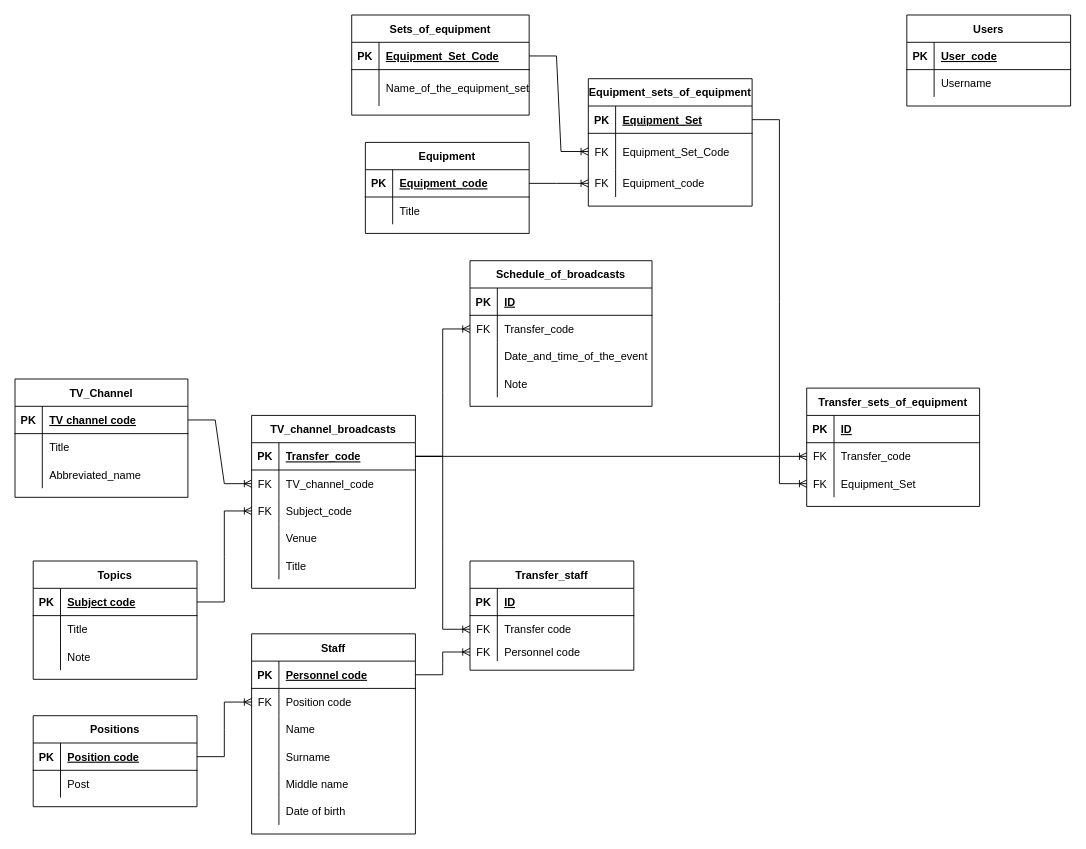
JustKingYT1/TNT keeps this draw.io diagram as Data Base TV Channel.drawio. Above is the earlier version. Source tidied: cells renumbered, new cells numbered last; positions are measured from the earlier drawing's top-left corner, leaving out a move shared by most shapes. Both pictures are drawn from the tidied source at 91%, with x=0, y=0 at pixel (15, 15).
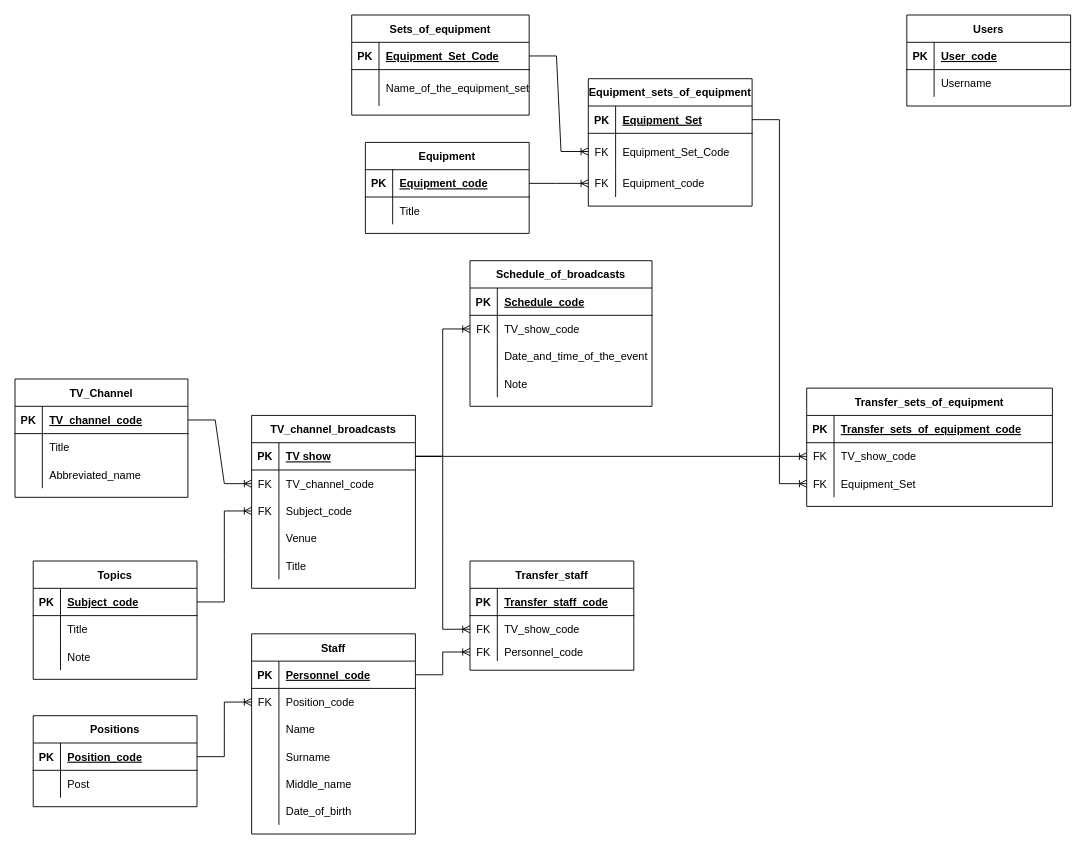
Above is the later version.

Unchanged cells that the change refers to:
```xml
<mxCell id="3" style="shape=tableRow;horizontal=0;startSize=0;swimlaneHead=0;swimlaneBody=0;fillColor=none;points=[[0,0.5],[1,0.5]];portConstraint=eastwest;top=0;left=0;right=0;bottom=1;" parent="2" vertex="1">
  <mxGeometry y="30" width="190" height="30" as="geometry" />
</mxCell>
<mxCell id="13" style="shape=tableRow;horizontal=0;startSize=0;swimlaneHead=0;swimlaneBody=0;fillColor=none;points=[[0,0.5],[1,0.5]];portConstraint=eastwest;top=0;left=0;right=0;bottom=1;" parent="12" vertex="1">
  <mxGeometry y="30" width="180" height="30" as="geometry" />
</mxCell>
<mxCell id="57" style="shape=tableRow;horizontal=0;startSize=0;swimlaneHead=0;swimlaneBody=0;fillColor=none;points=[[0,0.5],[1,0.5]];portConstraint=eastwest;top=0;left=0;right=0;bottom=1;" parent="56" vertex="1">
  <mxGeometry y="30" width="180" height="30" as="geometry" />
</mxCell>
<mxCell id="73" style="shape=tableRow;horizontal=0;startSize=0;swimlaneHead=0;swimlaneBody=0;fillColor=none;top=0;left=0;right=0;bottom=1;" parent="72" vertex="1">
  <mxGeometry y="30" width="180" height="30" as="geometry" />
</mxCell>
<mxCell id="76" style="shape=tableRow;horizontal=0;startSize=0;swimlaneHead=0;swimlaneBody=0;fillColor=none;points=[[0,0.5],[1,0.5]];portConstraint=eastwest;top=0;left=0;right=0;bottom=0;" parent="72" vertex="1">
  <mxGeometry y="60" width="180" height="30" as="geometry" />
</mxCell>
<mxCell id="79" style="shape=tableRow;horizontal=0;startSize=0;swimlaneHead=0;swimlaneBody=0;fillColor=none;points=[[0,0.5],[1,0.5]];portConstraint=eastwest;top=0;left=0;right=0;bottom=0;" parent="72" vertex="1">
  <mxGeometry y="90" width="180" height="20" as="geometry" />
</mxCell>
<mxCell id="83" style="shape=tableRow;horizontal=0;startSize=0;swimlaneHead=0;swimlaneBody=0;fillColor=none;top=0;left=0;right=0;bottom=1;" parent="82" vertex="1">
  <mxGeometry y="30" width="200" height="30" as="geometry" />
</mxCell>
<mxCell id="86" style="shape=tableRow;horizontal=0;startSize=0;swimlaneHead=0;swimlaneBody=0;fillColor=none;points=[[0,0.5],[1,0.5]];portConstraint=eastwest;top=0;left=0;right=0;bottom=0;" parent="82" vertex="1">
  <mxGeometry y="60" width="200" height="30" as="geometry" />
</mxCell>
<mxCell id="96" style="shape=tableRow;horizontal=0;startSize=0;swimlaneHead=0;swimlaneBody=0;fillColor=none;points=[[0,0.5],[1,0.5]];portConstraint=eastwest;top=0;left=0;right=0;bottom=1;" parent="95" vertex="1">
  <mxGeometry y="30" width="180" height="30" as="geometry" />
</mxCell>
<mxCell id="99" style="shape=tableRow;horizontal=0;startSize=0;swimlaneHead=0;swimlaneBody=0;fillColor=none;points=[[0,0.5],[1,0.5]];portConstraint=eastwest;top=0;left=0;right=0;bottom=0;" parent="95" vertex="1">
  <mxGeometry y="60" width="180" height="30" as="geometry" />
</mxCell>
<mxCell id="108" style="shape=tableRow;horizontal=0;startSize=0;swimlaneHead=0;swimlaneBody=0;fillColor=none;top=0;left=0;right=0;bottom=0;" parent="95" vertex="1">
  <mxGeometry y="150" width="180" height="30" as="geometry" />
</mxCell>
<mxCell id="111" style="shape=tableRow;horizontal=0;startSize=0;swimlaneHead=0;swimlaneBody=0;fillColor=none;top=0;left=0;right=0;bottom=0;" parent="95" vertex="1">
  <mxGeometry y="180" width="180" height="30" as="geometry" />
</mxCell>
<mxCell id="115" style="shape=tableRow;horizontal=0;startSize=0;swimlaneHead=0;swimlaneBody=0;fillColor=none;points=[[0,0.5],[1,0.5]];portConstraint=eastwest;top=0;left=0;right=0;bottom=1;" parent="114" vertex="1">
  <mxGeometry y="30" width="180" height="30" as="geometry" />
</mxCell>
```

Diff of the diagram source:
```diff
@@
-    <mxCell id="5" value="TV channel code" style="shape=partialRectangle;fillColor=none;top=0;left=0;bottom=0;right=0;align=left;spacingLeft=6;fontStyle=5;overflow=hidden;" parent="3" vertex="1">
+    <mxCell id="5" value="TV_channel_code" style="shape=partialRectangle;fillColor=none;top=0;left=0;bottom=0;right=0;align=left;spacingLeft=6;fontStyle=5;overflow=hidden;" parent="3" vertex="1">
       <mxGeometry x="30" width="160" height="30" as="geometry" />
     </mxCell>
@@
-    <mxCell id="15" value="Subject code" style="shape=partialRectangle;fillColor=none;top=0;left=0;bottom=0;right=0;align=left;spacingLeft=6;fontStyle=5;overflow=hidden;" parent="13" vertex="1">
+    <mxCell id="15" value="Subject_code" style="shape=partialRectangle;fillColor=none;top=0;left=0;bottom=0;right=0;align=left;spacingLeft=6;fontStyle=5;overflow=hidden;" parent="13" vertex="1">
       <mxGeometry x="30" width="150" height="30" as="geometry" />
     </mxCell>
@@
     <mxCell id="29" value="Transfer_sets_of_equipment" style="shape=table;startSize=30;childLayout=tableLayout;rowLines=0;fontStyle=1;align=center;" parent="1" vertex="1">
-      <mxGeometry x="870" y="410" width="190" height="130" as="geometry" />
+      <mxGeometry x="870" y="410" width="270" height="130" as="geometry" />
     </mxCell>
     <mxCell id="30" style="shape=tableRow;horizontal=0;startSize=0;swimlaneHead=0;swimlaneBody=0;fillColor=none;top=0;left=0;right=0;bottom=1;" parent="29" vertex="1">
-      <mxGeometry y="30" width="190" height="30" as="geometry" />
+      <mxGeometry y="30" width="270" height="30" as="geometry" />
     </mxCell>
@@
-    <mxCell id="32" value="ID " style="shape=partialRectangle;fillColor=none;top=0;left=0;bottom=0;right=0;align=left;spacingLeft=6;fontStyle=5;overflow=hidden;" parent="30" vertex="1">
-      <mxGeometry x="30" width="160" height="30" as="geometry" />
+    <mxCell id="32" value="Transfer_sets_of_equipment_code" style="shape=partialRectangle;fillColor=none;top=0;left=0;bottom=0;right=0;align=left;spacingLeft=6;fontStyle=5;overflow=hidden;" parent="30" vertex="1">
+      <mxGeometry x="30" width="240" height="30" as="geometry" />
     </mxCell>
     <mxCell id="33" style="shape=tableRow;horizontal=0;startSize=0;swimlaneHead=0;swimlaneBody=0;fillColor=none;points=[[0,0.5],[1,0.5]];portConstraint=eastwest;top=0;left=0;right=0;bottom=0;" parent="29" vertex="1">
-      <mxGeometry y="60" width="190" height="30" as="geometry" />
+      <mxGeometry y="60" width="270" height="30" as="geometry" />
     </mxCell>
@@
-    <mxCell id="35" value="Transfer_code" style="shape=partialRectangle;fillColor=none;top=0;left=0;bottom=0;right=0;align=left;spacingLeft=6;fontStyle=0;overflow=hidden;" parent="33" vertex="1">
-      <mxGeometry x="30" width="160" height="30" as="geometry" />
+    <mxCell id="35" value="TV_show_code" style="shape=partialRectangle;fillColor=none;top=0;left=0;bottom=0;right=0;align=left;spacingLeft=6;fontStyle=0;overflow=hidden;" parent="33" vertex="1">
+      <mxGeometry x="30" width="240" height="30" as="geometry" />
     </mxCell>
     <mxCell id="36" style="shape=tableRow;horizontal=0;startSize=0;swimlaneHead=0;swimlaneBody=0;fillColor=none;points=[[0,0.5],[1,0.5]];portConstraint=eastwest;top=0;left=0;right=0;bottom=0;" parent="29" vertex="1">
-      <mxGeometry y="90" width="190" height="30" as="geometry" />
+      <mxGeometry y="90" width="270" height="30" as="geometry" />
     </mxCell>
@@
     <mxCell id="38" value="Equipment_Set" style="shape=partialRectangle;fillColor=none;top=0;left=0;bottom=0;right=0;align=left;spacingLeft=6;fontStyle=0;overflow=hidden;" parent="36" vertex="1">
-      <mxGeometry x="30" width="160" height="30" as="geometry" />
+      <mxGeometry x="30" width="240" height="30" as="geometry" />
     </mxCell>
@@
-    <mxCell id="59" value="Transfer_code" style="shape=partialRectangle;fillColor=none;top=0;left=0;bottom=0;right=0;align=left;spacingLeft=6;fontStyle=5;overflow=hidden;" parent="57" vertex="1">
+    <mxCell id="59" value="TV show" style="shape=partialRectangle;fillColor=none;top=0;left=0;bottom=0;right=0;align=left;spacingLeft=6;fontStyle=5;overflow=hidden;" parent="57" vertex="1">
       <mxGeometry x="30" width="150" height="30" as="geometry" />
     </mxCell>
@@
-    <mxCell id="75" value="ID" style="shape=partialRectangle;fillColor=none;top=0;left=0;bottom=0;right=0;align=left;spacingLeft=6;fontStyle=5;overflow=hidden;" parent="73" vertex="1">
+    <mxCell id="75" value="Transfer_staff_code" style="shape=partialRectangle;fillColor=none;top=0;left=0;bottom=0;right=0;align=left;spacingLeft=6;fontStyle=5;overflow=hidden;" parent="73" vertex="1">
       <mxGeometry x="30" width="150" height="30" as="geometry" />
     </mxCell>
@@
-    <mxCell id="78" value="Transfer code" style="shape=partialRectangle;fillColor=none;top=0;left=0;bottom=0;right=0;align=left;spacingLeft=6;fontStyle=0;overflow=hidden;" parent="76" vertex="1">
+    <mxCell id="78" value="TV_show_code" style="shape=partialRectangle;fillColor=none;top=0;left=0;bottom=0;right=0;align=left;spacingLeft=6;fontStyle=0;overflow=hidden;" parent="76" vertex="1">
       <mxGeometry x="30" width="150" height="30" as="geometry" />
     </mxCell>
@@
-    <mxCell id="81" value="Personnel code" style="shape=partialRectangle;fillColor=none;top=0;left=0;bottom=0;right=0;align=left;spacingLeft=6;fontStyle=0;overflow=hidden;" parent="79" vertex="1">
+    <mxCell id="81" value="Personnel_code" style="shape=partialRectangle;fillColor=none;top=0;left=0;bottom=0;right=0;align=left;spacingLeft=6;fontStyle=0;overflow=hidden;" parent="79" vertex="1">
       <mxGeometry x="30" width="150" height="20" as="geometry" />
     </mxCell>
@@
-    <mxCell id="85" value="ID" style="shape=partialRectangle;fillColor=none;top=0;left=0;bottom=0;right=0;align=left;spacingLeft=6;fontStyle=5;overflow=hidden;" parent="83" vertex="1">
+    <mxCell id="85" value="Schedule_code" style="shape=partialRectangle;fillColor=none;top=0;left=0;bottom=0;right=0;align=left;spacingLeft=6;fontStyle=5;overflow=hidden;" parent="83" vertex="1">
       <mxGeometry x="30" width="170" height="30" as="geometry" />
     </mxCell>
@@
-    <mxCell id="88" value="Transfer_code" style="shape=partialRectangle;fillColor=none;top=0;left=0;bottom=0;right=0;align=left;spacingLeft=6;fontStyle=0;overflow=hidden;" parent="86" vertex="1">
+    <mxCell id="88" value="TV_show_code" style="shape=partialRectangle;fillColor=none;top=0;left=0;bottom=0;right=0;align=left;spacingLeft=6;fontStyle=0;overflow=hidden;" parent="86" vertex="1">
       <mxGeometry x="30" width="170" height="30" as="geometry" />
     </mxCell>
@@
-    <mxCell id="98" value="Personnel code" style="shape=partialRectangle;fillColor=none;top=0;left=0;bottom=0;right=0;align=left;spacingLeft=6;fontStyle=5;overflow=hidden;" parent="96" vertex="1">
+    <mxCell id="98" value="Personnel_code" style="shape=partialRectangle;fillColor=none;top=0;left=0;bottom=0;right=0;align=left;spacingLeft=6;fontStyle=5;overflow=hidden;" parent="96" vertex="1">
       <mxGeometry x="30" width="150" height="30" as="geometry" />
     </mxCell>
@@
-    <mxCell id="101" value="Position code" style="shape=partialRectangle;fillColor=none;top=0;left=0;bottom=0;right=0;align=left;spacingLeft=6;fontStyle=0;overflow=hidden;" parent="99" vertex="1">
+    <mxCell id="101" value="Position_code" style="shape=partialRectangle;fillColor=none;top=0;left=0;bottom=0;right=0;align=left;spacingLeft=6;fontStyle=0;overflow=hidden;" parent="99" vertex="1">
       <mxGeometry x="30" width="150" height="30" as="geometry" />
     </mxCell>
@@
-    <mxCell id="110" value="Middle name " style="shape=partialRectangle;fillColor=none;top=0;left=0;bottom=0;right=0;align=left;spacingLeft=6;overflow=hidden;" parent="108" vertex="1">
+    <mxCell id="110" value="Middle_name " style="shape=partialRectangle;fillColor=none;top=0;left=0;bottom=0;right=0;align=left;spacingLeft=6;overflow=hidden;" parent="108" vertex="1">
       <mxGeometry x="30" width="150" height="30" as="geometry" />
     </mxCell>
@@
-    <mxCell id="113" value="Date of birth " style="shape=partialRectangle;fillColor=none;top=0;left=0;bottom=0;right=0;align=left;spacingLeft=6;overflow=hidden;" parent="111" vertex="1">
+    <mxCell id="113" value="Date_of_birth " style="shape=partialRectangle;fillColor=none;top=0;left=0;bottom=0;right=0;align=left;spacingLeft=6;overflow=hidden;" parent="111" vertex="1">
       <mxGeometry x="30" width="150" height="30" as="geometry" />
     </mxCell>
@@
-    <mxCell id="117" value="Position code" style="shape=partialRectangle;fillColor=none;top=0;left=0;bottom=0;right=0;align=left;spacingLeft=6;fontStyle=5;overflow=hidden;" parent="115" vertex="1">
+    <mxCell id="117" value="Position_code" style="shape=partialRectangle;fillColor=none;top=0;left=0;bottom=0;right=0;align=left;spacingLeft=6;fontStyle=5;overflow=hidden;" parent="115" vertex="1">
       <mxGeometry x="30" width="150" height="30" as="geometry" />
     </mxCell>
```
